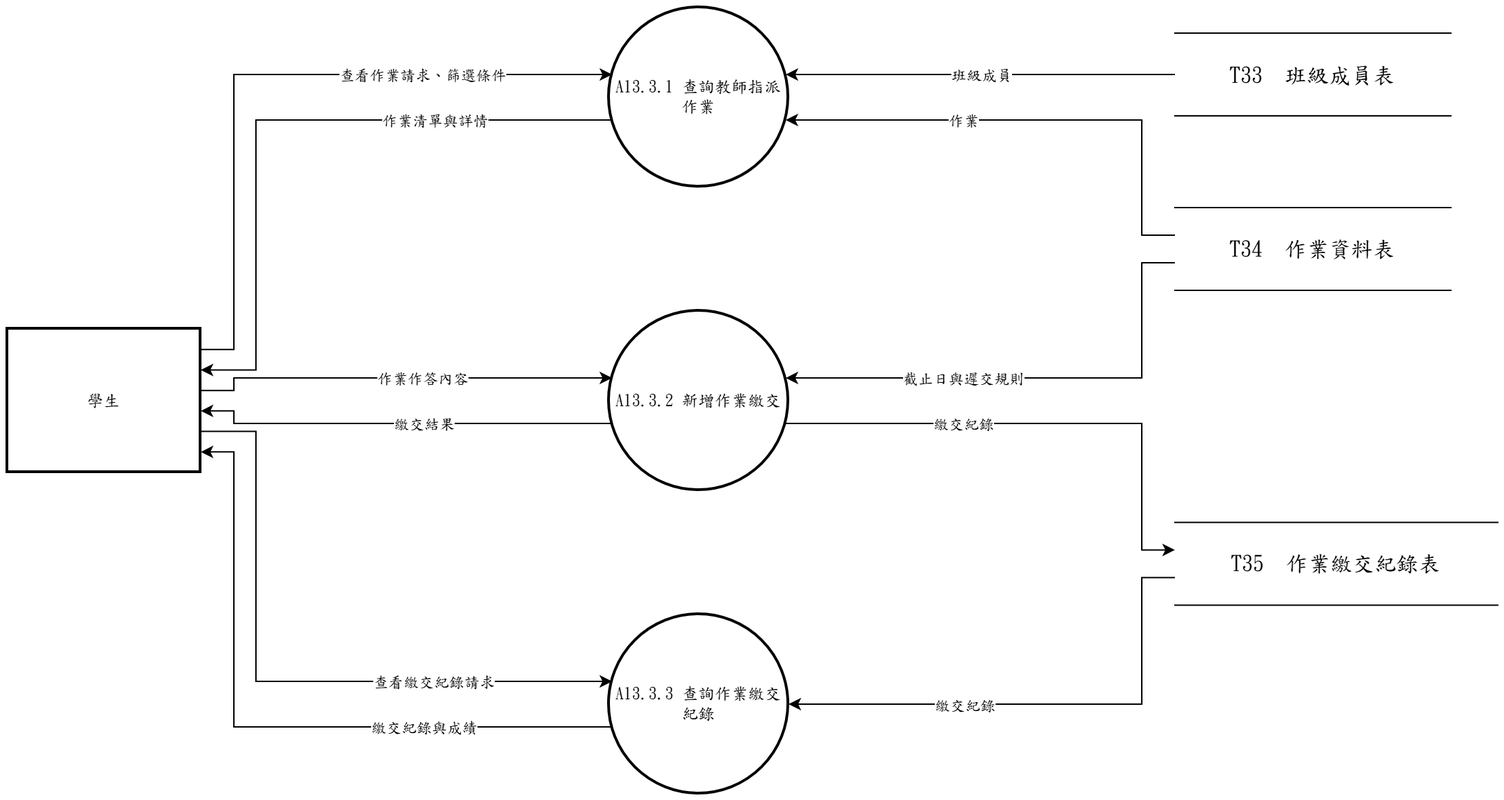
s22452007/115502 keeps this draw.io diagram as 系統文件/第6章/DFD圖/圖13/圖13-3.drawio.png. Above is the earlier version. Source tidied: cells renumbered, new cells last; positions are measured from the earlier drawing's top-left corner, leaving out a move shared by most shapes.
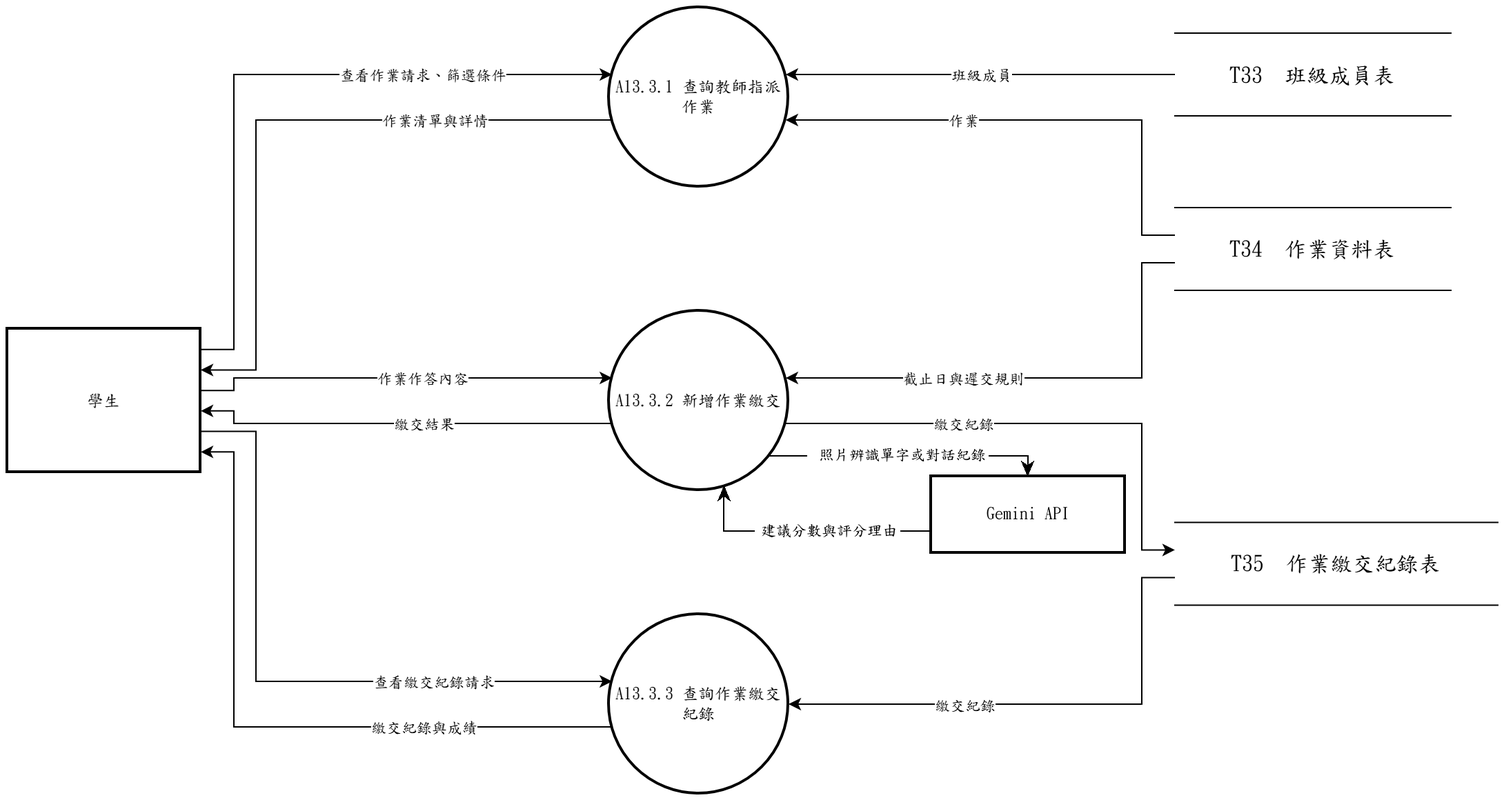
The same file after the commit.

Change to the diagram source:
```diff
@@ -139,5 +139,28 @@
     <mxCell id="30" value="繳交紀錄與成績" style="edgeLabel;html=1;align=center;verticalAlign=middle;fontFamily=標楷體;" parent="29" vertex="1">
       <mxGeometry x="-0.45" relative="1" as="geometry" />
     </mxCell>
+    <mxCell id="31" value="Gemini API" style="whiteSpace=wrap;strokeWidth=2;html=1;fontFamily=標楷體;" parent="1" vertex="1">
+      <mxGeometry x="670" y="340" width="140" height="55" as="geometry" />
+    </mxCell>
+    <mxCell id="32" style="edgeStyle=none;rounded=0;html=1;fontFamily=標楷體;endArrow=classic;exitX=0.8941;exitY=0.8077;exitDx=0;exitDy=0;exitPerimeter=0;entryX=0.5000;entryY=0.0000;entryDx=0;entryDy=0;entryPerimeter=0;" parent="1" edge="1" source="3" target="31">
+      <mxGeometry relative="1" as="geometry">
+        <Array as="points">
+          <mxPoint x="740" y="325" />
+        </Array>
+      </mxGeometry>
+    </mxCell>
+    <mxCell id="33" value="照片辨識單字或對話紀錄" style="edgeLabel;html=1;align=center;verticalAlign=middle;fontFamily=標楷體;" parent="32" vertex="1">
+      <mxGeometry x="-0.07" relative="1" as="geometry" />
+    </mxCell>
+    <mxCell id="34" style="edgeStyle=none;rounded=0;html=1;fontFamily=標楷體;endArrow=classic;exitX=0.0000;exitY=0.7273;exitDx=0;exitDy=0;exitPerimeter=0;entryX=0.6462;entryY=0.9782;entryDx=0;entryDy=0;entryPerimeter=0;" parent="1" edge="1" source="31" target="3">
+      <mxGeometry relative="1" as="geometry">
+        <Array as="points">
+          <mxPoint x="520" y="380" />
+        </Array>
+      </mxGeometry>
+    </mxCell>
+    <mxCell id="35" value="建議分數與評分理由" style="edgeLabel;html=1;align=center;verticalAlign=middle;fontFamily=標楷體;" parent="34" vertex="1">
+      <mxGeometry x="-0.18" relative="1" as="geometry" />
+    </mxCell>
   </root>
 </mxGraphModel>
```
